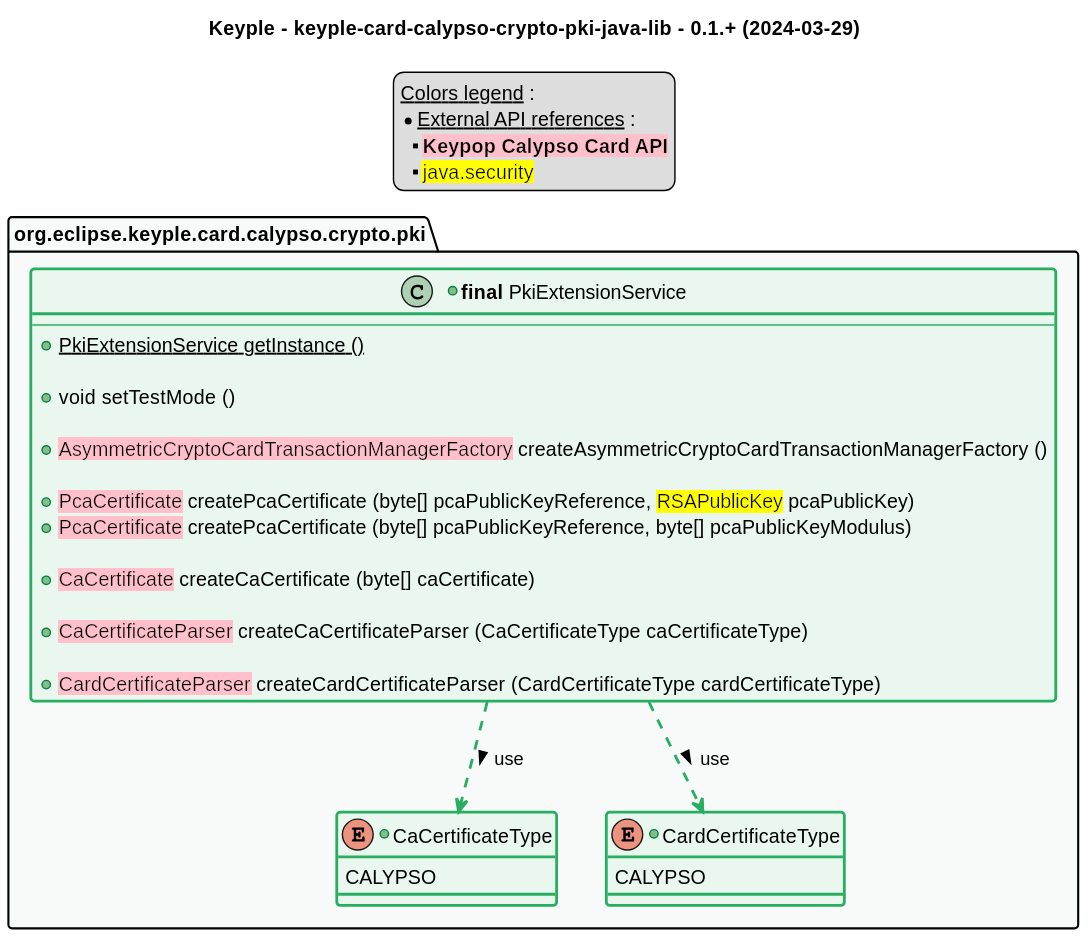
This is src/main/uml/api_class_diagram.svg from eclipse-keyple/keyple-card-calypso-crypto-pki-java-lib, a PlantUML export, as it was before one commit.
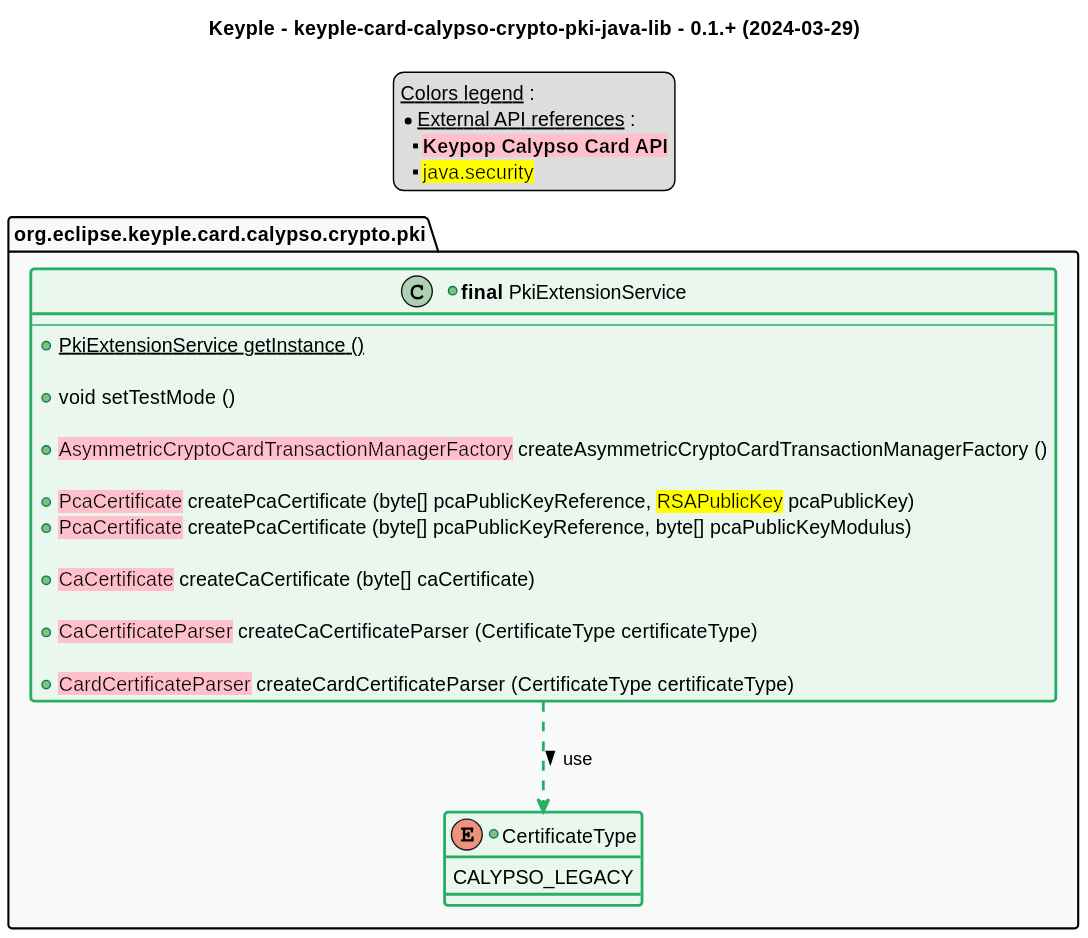
After the change.

Commit message:
feat: merge `CaCertificateType` and `CardCertificateType` to `CertificateType`

Change to the diagram source:
```diff
@@ -61,21 +61,17 @@
 
         +<back:pink>CaCertificate</back> createCaCertificate (byte[] caCertificate)
 
-        +<back:pink>CaCertificateParser</back> createCaCertificateParser (CaCertificateType caCertificateType)
+        +<back:pink>CaCertificateParser</back> createCaCertificateParser (CertificateType certificateType)
 
-        +<back:pink>CardCertificateParser</back> createCardCertificateParser (CardCertificateType cardCertificateType)
+        +<back:pink>CardCertificateParser</back> createCardCertificateParser (CertificateType certificateType)
     }
-    +enum CaCertificateType <<green>> {
-        CALYPSO
-    }
-    +enum CardCertificateType <<green>> {
-        CALYPSO
+    +enum CertificateType <<green>> {
+        CALYPSO_LEGACY
     }
 }
 
 
-PkiExtensionService ..> CaCertificateType #C_USE : use >
-PkiExtensionService ..> CardCertificateType #C_USE : use >
+PkiExtensionService ..> CertificateType #C_USE : use >
 
 
 
```
